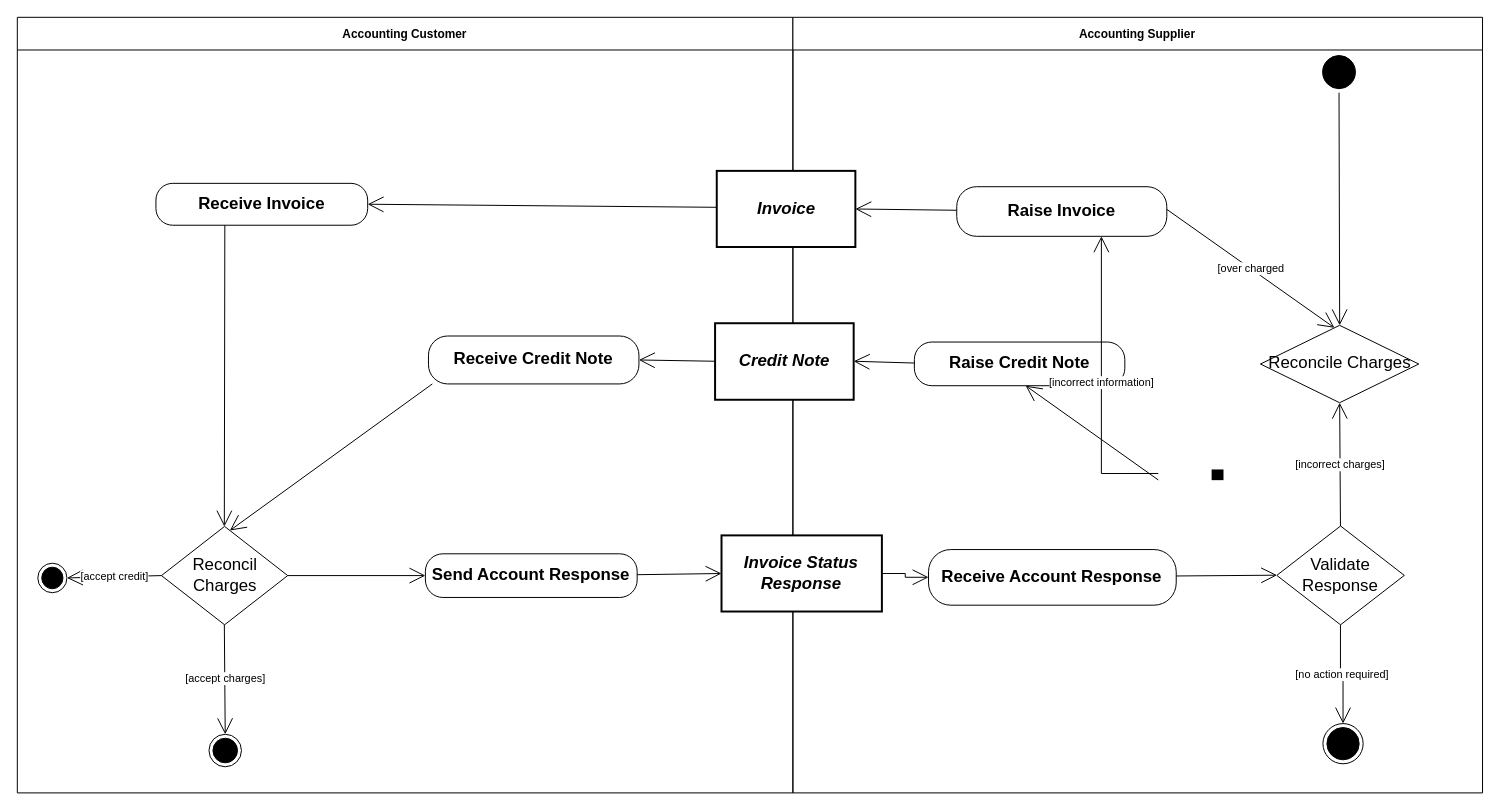
Before: examples/UBL-2.5-BillingwithCreditNoteProcess/UBL-2.5-BillingwithCreditNoteProcess.drawio in kduvekot/ubl-work-on-svg-images, a draw.io diagram. Source tidied: cells renumbered, new cells numbered last; positions are measured from the earlier drawing's top-left corner, leaving out a move shared by most shapes. Both pictures are drawn from the tidied source at 99%, with x=0, y=0 at pixel (17, 17).
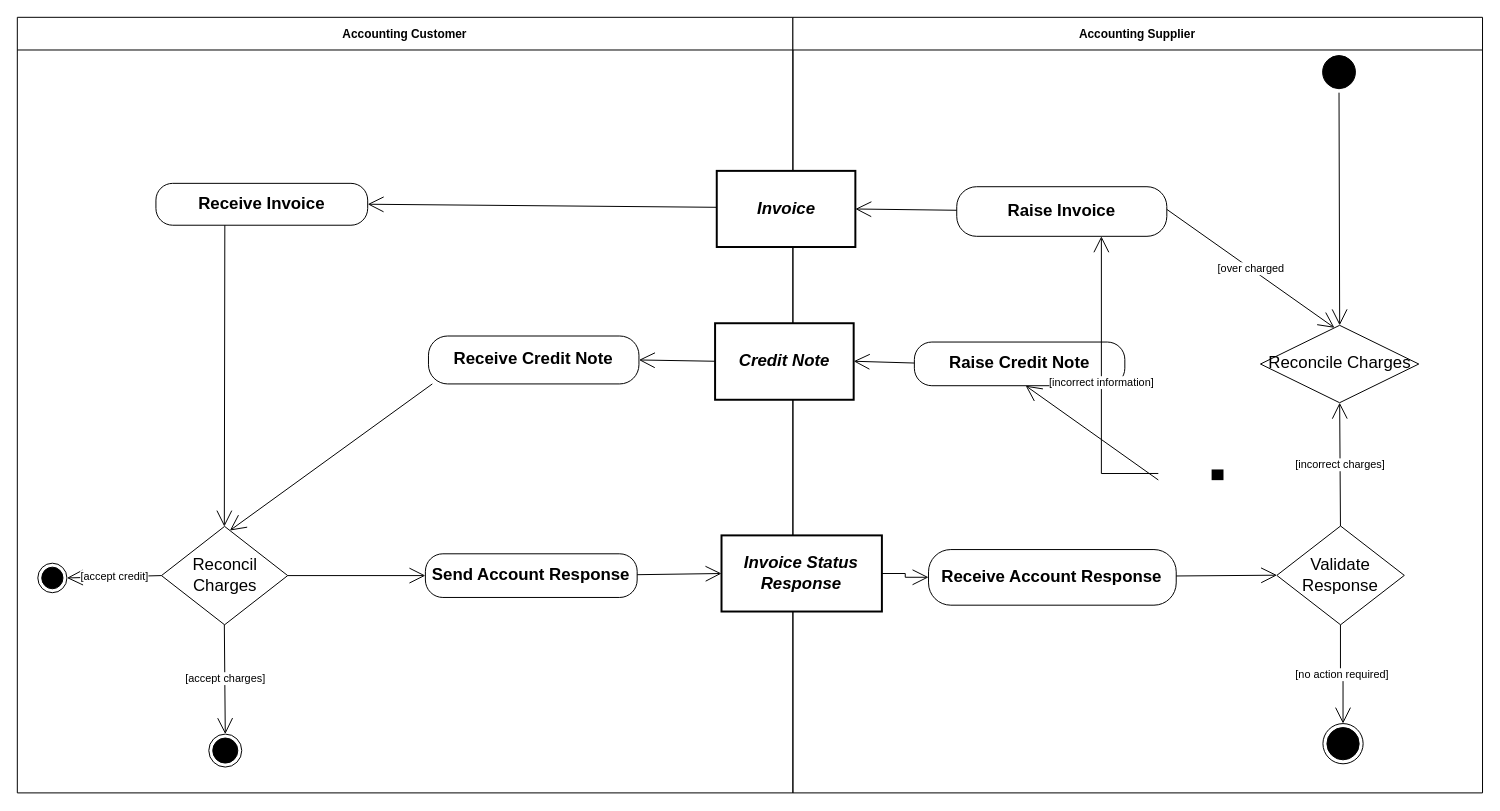
The same page after the edit.

Unchanged cells that the change refers to:
```xml
<mxCell id="14" value="Reconcil Charges" style="rhombus;whiteSpace=wrap;html=1;fontFamily=Helvetica;fontSize=17;" parent="1" vertex="1">
  <mxGeometry x="145.6" y="514.2" width="127.5" height="99.4" as="geometry" />
</mxCell>
```

What changed in the source:
```diff
@@
     <mxCell id="20" style="ellipse;html=1;shape=endState;fillColor=#000000;strokeColor=#000000;fontFamily=Helvetica;fontSize=17;" parent="1" vertex="1">
-      <mxGeometry x="193.6" y="724.2" width="32.8" height="32.8" as="geometry" />
+      <mxGeometry x="193.4" y="724" width="33.3" height="33.3" as="geometry" />
     </mxCell>
@@
-    <mxCell id="37" value="[accept charges]" style="edgeStyle=none;rounded=0;html=1;endArrow=open;endFill=0;endSize=14;exitX=0.498;exitY=1.0;entryX=0.4878;entryY=0.0;" parent="1" edge="1" source="14" target="20">
+    <mxCell id="37" value="[accept charges]" style="edgeStyle=none;rounded=0;html=1;endArrow=open;endFill=0;endSize=14;exitX=0.498;exitY=1.0;entryX=0.4865;entryY=0.0;" parent="1" edge="1" source="14" target="20">
       <mxGeometry relative="1" as="geometry" />
     </mxCell>
```
